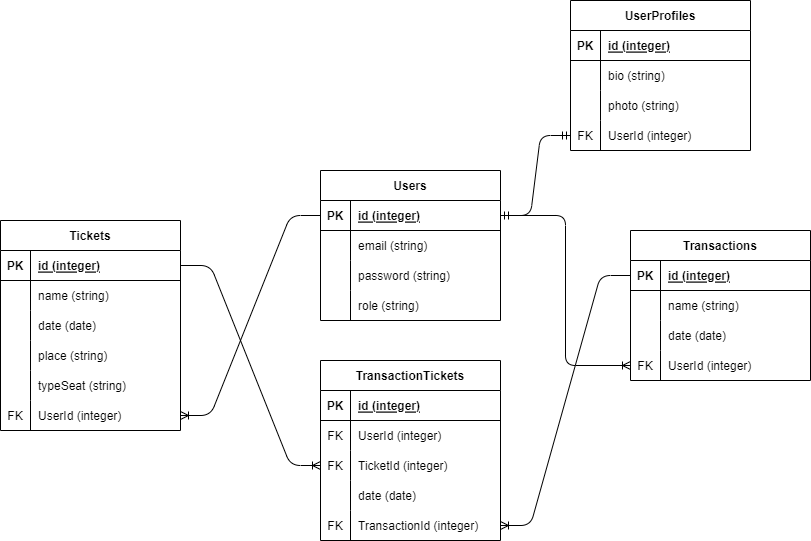
Nasrullah2688/pair-project keeps this draw.io diagram as schema.drawio.png. Above is the earlier version. Source tidied: cells renumbered, new cells last; positions are measured from the earlier drawing's top-left corner, leaving out a move shared by most shapes.
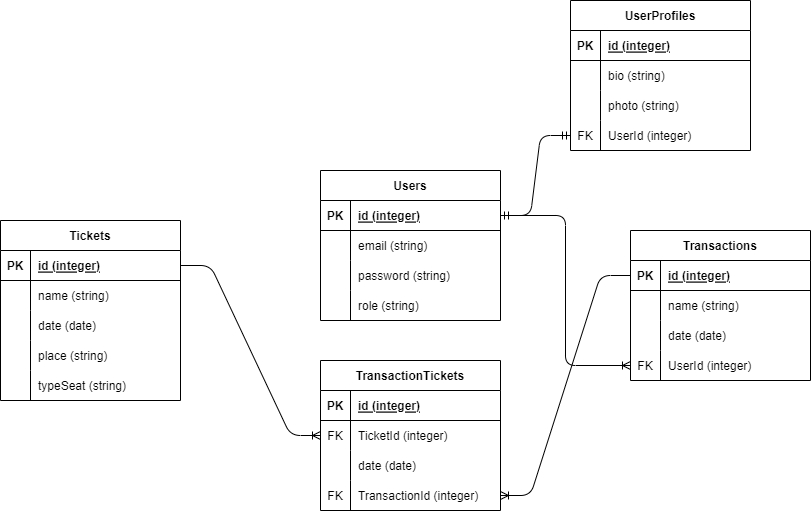
Later version of the same file.

Diff of the diagram source:
```diff
@@ -84,7 +84,7 @@
       <mxGeometry relative="1" as="geometry" />
     </mxCell>
     <mxCell id="29" value="Tickets" style="shape=table;startSize=30;rowLines=0;fontStyle=1;align=center;" parent="1" vertex="1">
-      <mxGeometry y="220" width="180" height="210" as="geometry" />
+      <mxGeometry y="220" width="180" height="180" as="geometry" />
     </mxCell>
     <mxCell id="30" style="shape=tableRow;horizontal=0;startSize=0;swimlaneHead=0;swimlaneBody=0;fillColor=none;points=[[0,0.5],[1,0.5]];portConstraint=eastwest;top=0;left=0;right=0;bottom=1;" parent="29" vertex="1">
       <mxGeometry y="30" width="180" height="30" as="geometry" />
@@ -131,20 +131,8 @@
     <mxCell id="44" value="typeSeat (string)" style="shape=partialRectangle;fillColor=none;top=0;left=0;bottom=0;right=0;align=left;spacingLeft=6;overflow=hidden;" parent="42" vertex="1">
       <mxGeometry x="30" width="150" height="30" as="geometry" />
     </mxCell>
-    <mxCell id="45" style="shape=tableRow;horizontal=0;startSize=0;swimlaneHead=0;swimlaneBody=0;fillColor=none;points=[[0,0.5],[1,0.5]];portConstraint=eastwest;top=0;left=0;right=0;bottom=0;" parent="29" vertex="1">
-      <mxGeometry y="180" width="180" height="30" as="geometry" />
-    </mxCell>
-    <mxCell id="46" value="FK" style="shape=partialRectangle;fillColor=none;top=0;left=0;bottom=0;right=0;overflow=hidden;" parent="45" vertex="1">
-      <mxGeometry width="30" height="30" as="geometry" />
-    </mxCell>
-    <mxCell id="47" value="UserId (integer)" style="shape=partialRectangle;fillColor=none;top=0;left=0;bottom=0;right=0;align=left;spacingLeft=6;overflow=hidden;" parent="45" vertex="1">
-      <mxGeometry x="30" width="150" height="30" as="geometry" />
-    </mxCell>
-    <mxCell id="48" style="edgeStyle=entityRelationEdgeStyle;fontSize=12;html=1;endArrow=ERoneToMany;exitX=0;exitY=0.5;exitDx=0;exitDy=0;entryX=1;entryY=0.5;entryDx=0;entryDy=0;" parent="1" edge="1" source="3" target="45">
-      <mxGeometry relative="1" as="geometry" />
-    </mxCell>
     <mxCell id="49" value="TransactionTickets" style="shape=table;startSize=30;rowLines=0;fontStyle=1;align=center;" parent="1" vertex="1">
-      <mxGeometry x="320" y="360" width="180" height="180" as="geometry" />
+      <mxGeometry x="320" y="360" width="180" height="150" as="geometry" />
     </mxCell>
     <mxCell id="50" style="shape=tableRow;horizontal=0;startSize=0;swimlaneHead=0;swimlaneBody=0;fillColor=none;top=0;left=0;right=0;bottom=1;" parent="49" vertex="1">
       <mxGeometry y="30" width="180" height="30" as="geometry" />
@@ -155,17 +143,8 @@
     <mxCell id="52" value="id (integer)" style="shape=partialRectangle;fillColor=none;top=0;left=0;bottom=0;right=0;align=left;spacingLeft=6;fontStyle=5;overflow=hidden;" parent="50" vertex="1">
       <mxGeometry x="30" width="150" height="30" as="geometry" />
     </mxCell>
-    <mxCell id="53" style="shape=tableRow;horizontal=0;startSize=0;swimlaneHead=0;swimlaneBody=0;fillColor=none;top=0;left=0;right=0;bottom=0;" parent="49" vertex="1">
-      <mxGeometry y="60" width="180" height="30" as="geometry" />
-    </mxCell>
-    <mxCell id="54" value="FK" style="shape=partialRectangle;fillColor=none;top=0;left=0;bottom=0;right=0;overflow=hidden;" parent="53" vertex="1">
-      <mxGeometry width="30" height="30" as="geometry" />
-    </mxCell>
-    <mxCell id="55" value="UserId (integer)" style="shape=partialRectangle;fillColor=none;top=0;left=0;bottom=0;right=0;align=left;spacingLeft=6;overflow=hidden;" parent="53" vertex="1">
-      <mxGeometry x="30" width="150" height="30" as="geometry" />
-    </mxCell>
     <mxCell id="56" style="shape=tableRow;horizontal=0;startSize=0;swimlaneHead=0;swimlaneBody=0;fillColor=none;points=[[0,0.5],[1,0.5]];portConstraint=eastwest;top=0;left=0;right=0;bottom=0;" parent="49" vertex="1">
-      <mxGeometry y="90" width="180" height="30" as="geometry" />
+      <mxGeometry y="60" width="180" height="30" as="geometry" />
     </mxCell>
     <mxCell id="57" value="FK" style="shape=partialRectangle;fillColor=none;top=0;left=0;bottom=0;right=0;overflow=hidden;" parent="56" vertex="1">
       <mxGeometry width="30" height="30" as="geometry" />
@@ -174,7 +153,7 @@
       <mxGeometry x="30" width="150" height="30" as="geometry" />
     </mxCell>
     <mxCell id="59" style="shape=tableRow;horizontal=0;startSize=0;swimlaneHead=0;swimlaneBody=0;fillColor=none;top=0;left=0;right=0;bottom=0;" parent="49" vertex="1">
-      <mxGeometry y="120" width="180" height="30" as="geometry" />
+      <mxGeometry y="90" width="180" height="30" as="geometry" />
     </mxCell>
     <mxCell id="60" style="shape=partialRectangle;fillColor=none;top=0;left=0;bottom=0;right=0;overflow=hidden;" parent="59" vertex="1">
       <mxGeometry width="30" height="30" as="geometry" />
@@ -183,7 +162,7 @@
       <mxGeometry x="30" width="150" height="30" as="geometry" />
     </mxCell>
     <mxCell id="62" style="shape=tableRow;horizontal=0;startSize=0;swimlaneHead=0;swimlaneBody=0;fillColor=none;points=[[0,0.5],[1,0.5]];portConstraint=eastwest;top=0;left=0;right=0;bottom=0;" parent="49" vertex="1">
-      <mxGeometry y="150" width="180" height="30" as="geometry" />
+      <mxGeometry y="120" width="180" height="30" as="geometry" />
     </mxCell>
     <mxCell id="63" value="FK" style="shape=partialRectangle;fillColor=none;top=0;left=0;bottom=0;right=0;overflow=hidden;" parent="62" vertex="1">
       <mxGeometry width="30" height="30" as="geometry" />
```
